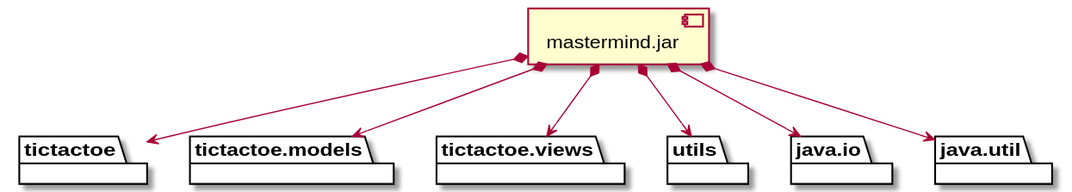
Jolucaa/USantaTecla-project-ticTacToe keeps this PlantUML diagram as documentView/console/docs/diagrams/out/vistas/desarrollo_implementacion.svg. Above is the earlier version. Source of this version:
```plantuml
@startuml
package "  "  as tictactoe {
}
package "  "  as tictactoe.models {
}
package "  "  as tictactoe.views {
}
package "  "  as utils {
}
package "  "  as java.io {
}
package "  "  as java.util {
}

[mastermind.jar] as jar

jar *--> tictactoe
jar *--> tictactoe.models
jar *--> tictactoe.views
jar *--> utils
jar *--> java.io
jar *--> java.util
@enduml
```
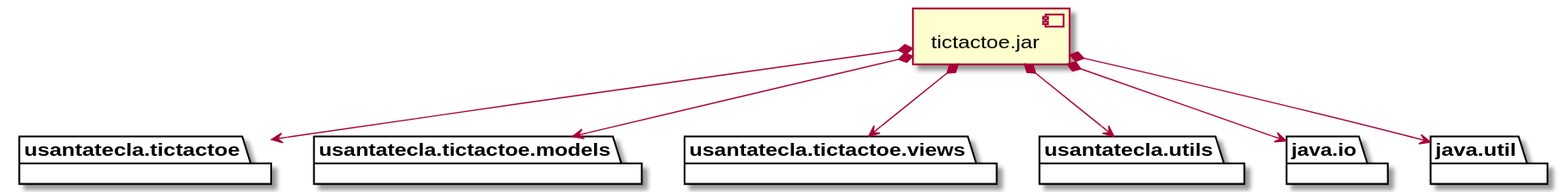
The same file after the commit.

What changed in the source:
```diff
@@ -1,23 +1,23 @@
 @startuml
-package "  "  as tictactoe {
+package "  "  as usantatecla.tictactoe {
 }
-package "  "  as tictactoe.models {
+package "  "  as usantatecla.tictactoe.models {
 }
-package "  "  as tictactoe.views {
+package "  "  as usantatecla.tictactoe.views {
 }
-package "  "  as utils {
+package "  "  as usantatecla.utils {
 }
 package "  "  as java.io {
 }
 package "  "  as java.util {
 }
 
-[mastermind.jar] as jar
+[tictactoe.jar] as jar
 
-jar *--> tictactoe
-jar *--> tictactoe.models
-jar *--> tictactoe.views
-jar *--> utils
+jar *--> usantatecla.tictactoe
+jar *--> usantatecla.tictactoe.models
+jar *--> usantatecla.tictactoe.views
+jar *--> usantatecla.utils
 jar *--> java.io
 jar *--> java.util
 @enduml
```
